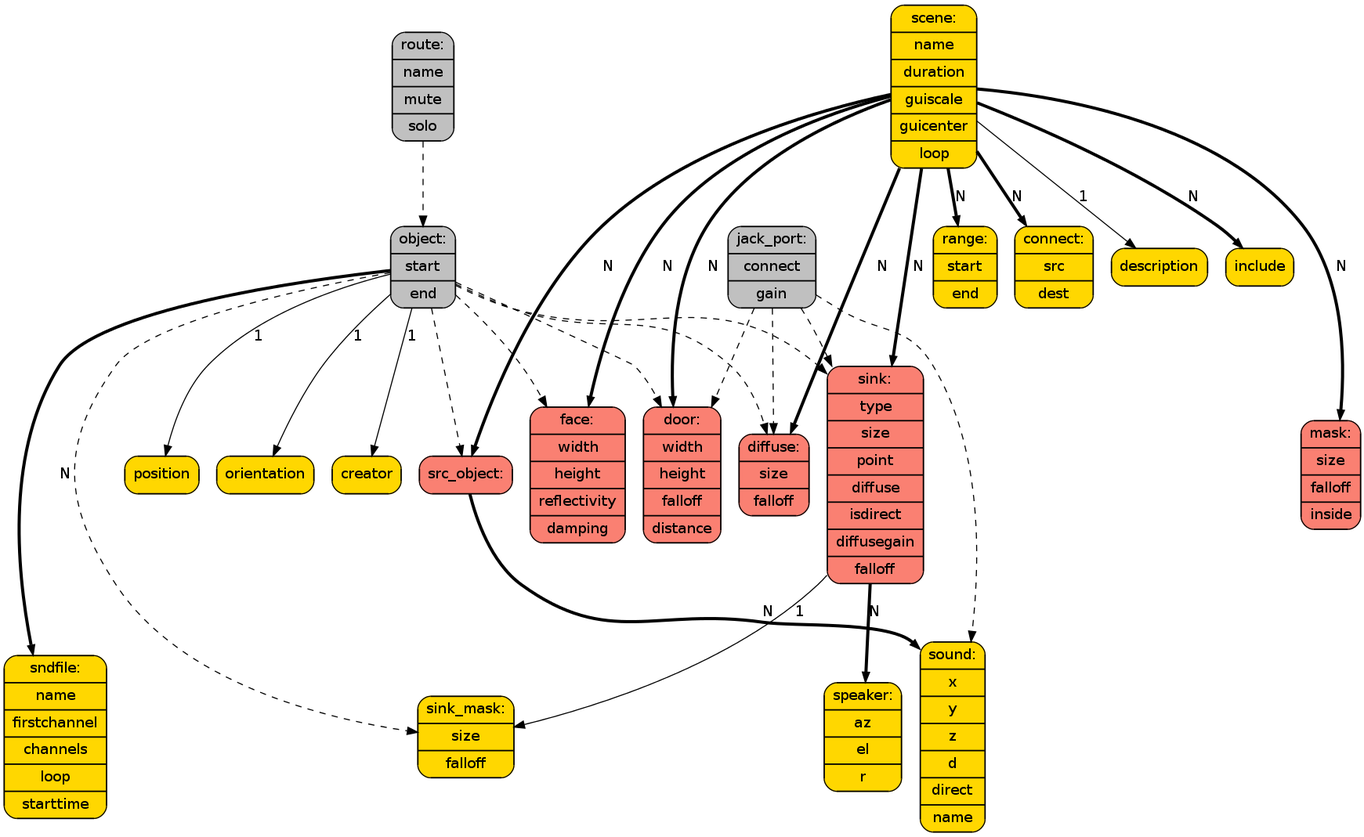
Before: doc/filestructure.png, a diagram exported from Graphviz (HoerTech-gGmbH/tascar). Its source is kept beside it as doc/filestructure.dot.
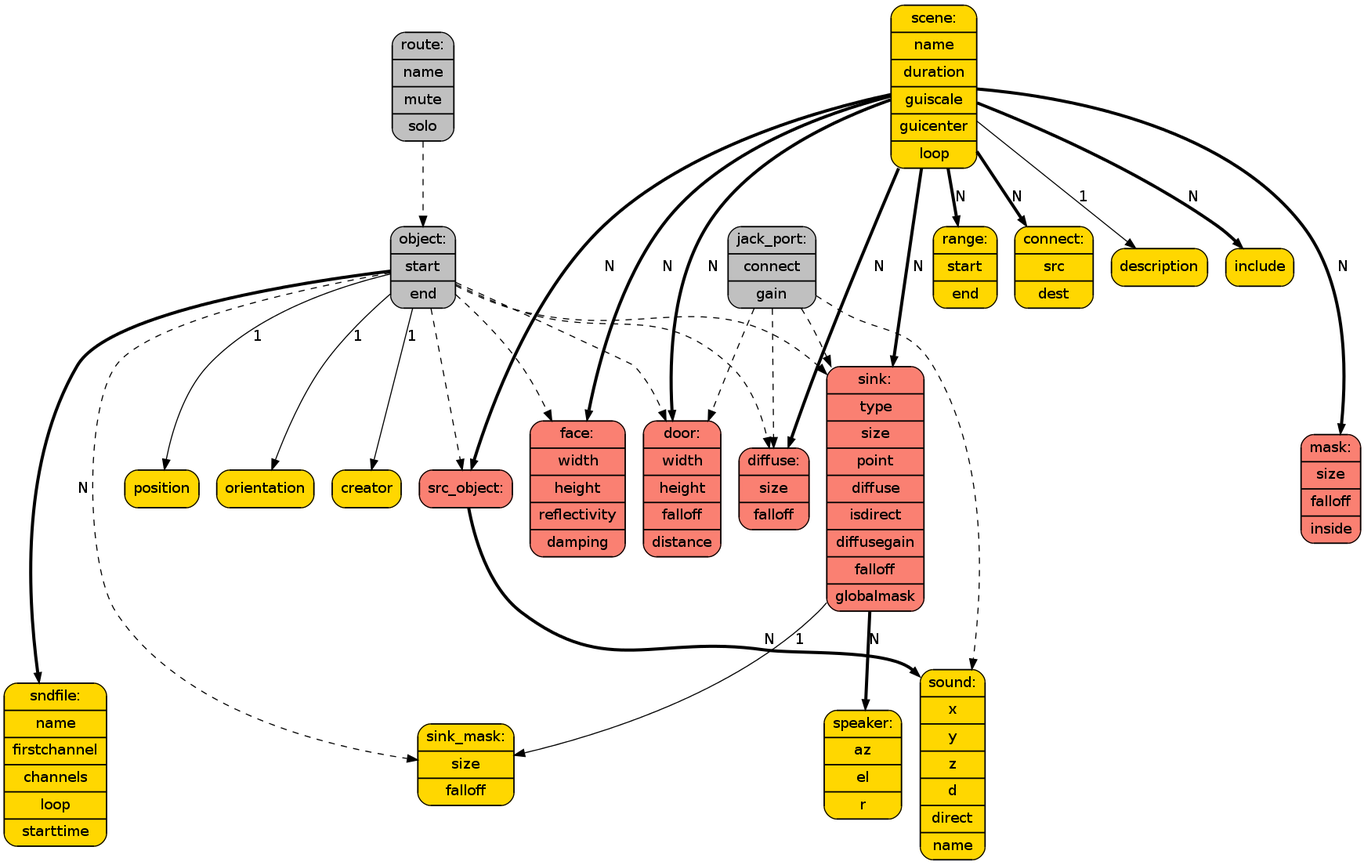
Later version of the same file.

Change to the diagram source:
```diff
@@ -21,7 +21,7 @@
   src_diffuse [label="{diffuse:|size|falloff}",fillcolor="salmon"];
   src_door [label="{door:|width|height|falloff|distance}",fillcolor="salmon"];
   src_object [label="{src_object:}",fillcolor="salmon"];
-  sink_object [label="{sink:|type|size|point|diffuse|isdirect|diffusegain|falloff}",fillcolor="salmon"];
+  sink_object [label="{sink:|type|size|point|diffuse|isdirect|diffusegain|falloff|globalmask}",fillcolor="salmon"];
   face [label="{face:|width|height|reflectivity|damping}",fillcolor="salmon"];
 
   mask_object [label="{mask:|size|falloff|inside}",fillcolor="salmon"];
```
